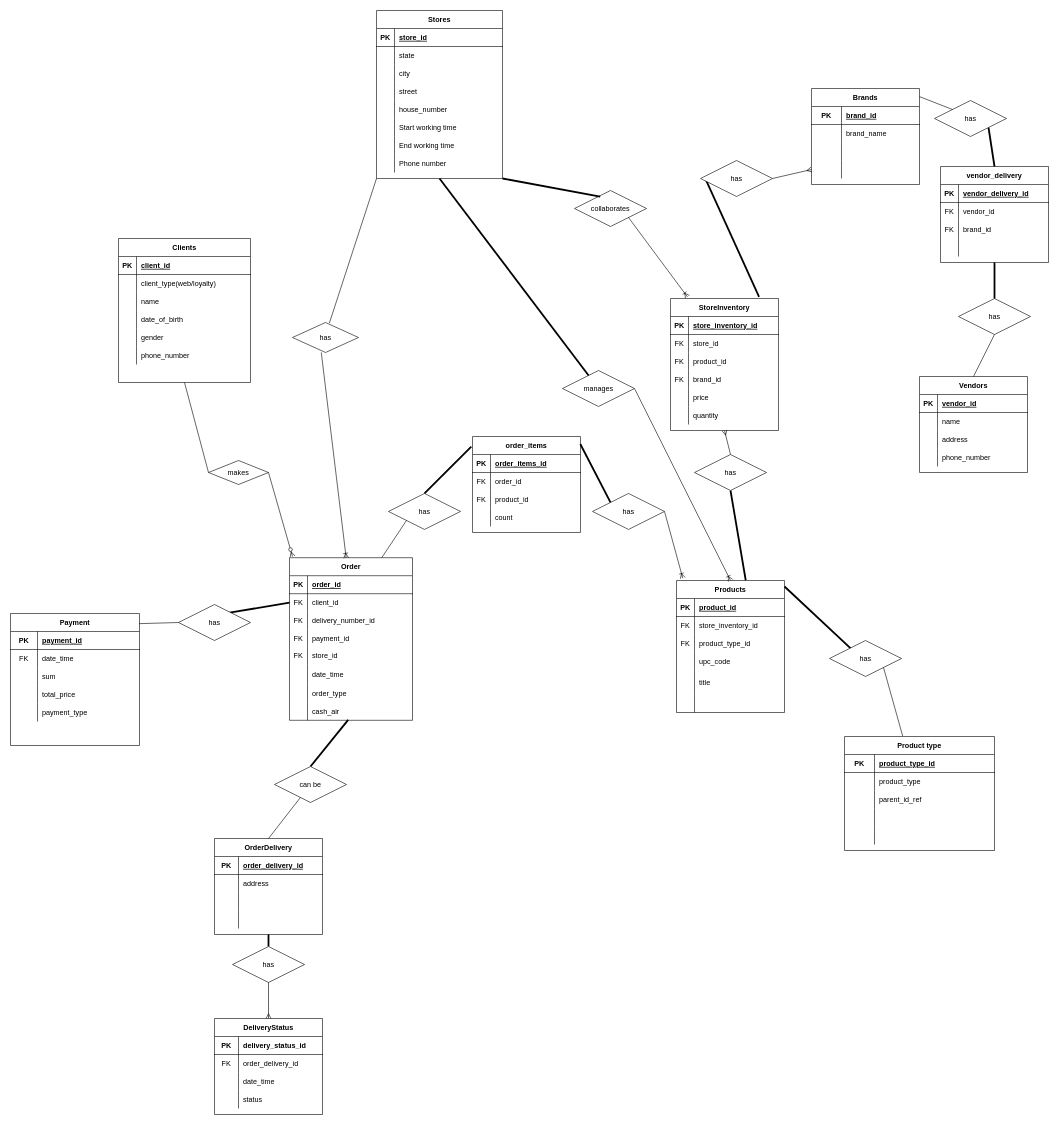
This is project Trader Joe's/final_version.drawio from Tokesh/Databases, a draw.io file, before an edit. Source tidied: cells renumbered, new cells numbered last; positions are measured from the earlier drawing's top-left corner, leaving out a move shared by most shapes. Both pictures are drawn from the tidied source at 60%, with x=0, y=0 at pixel (10, 10).
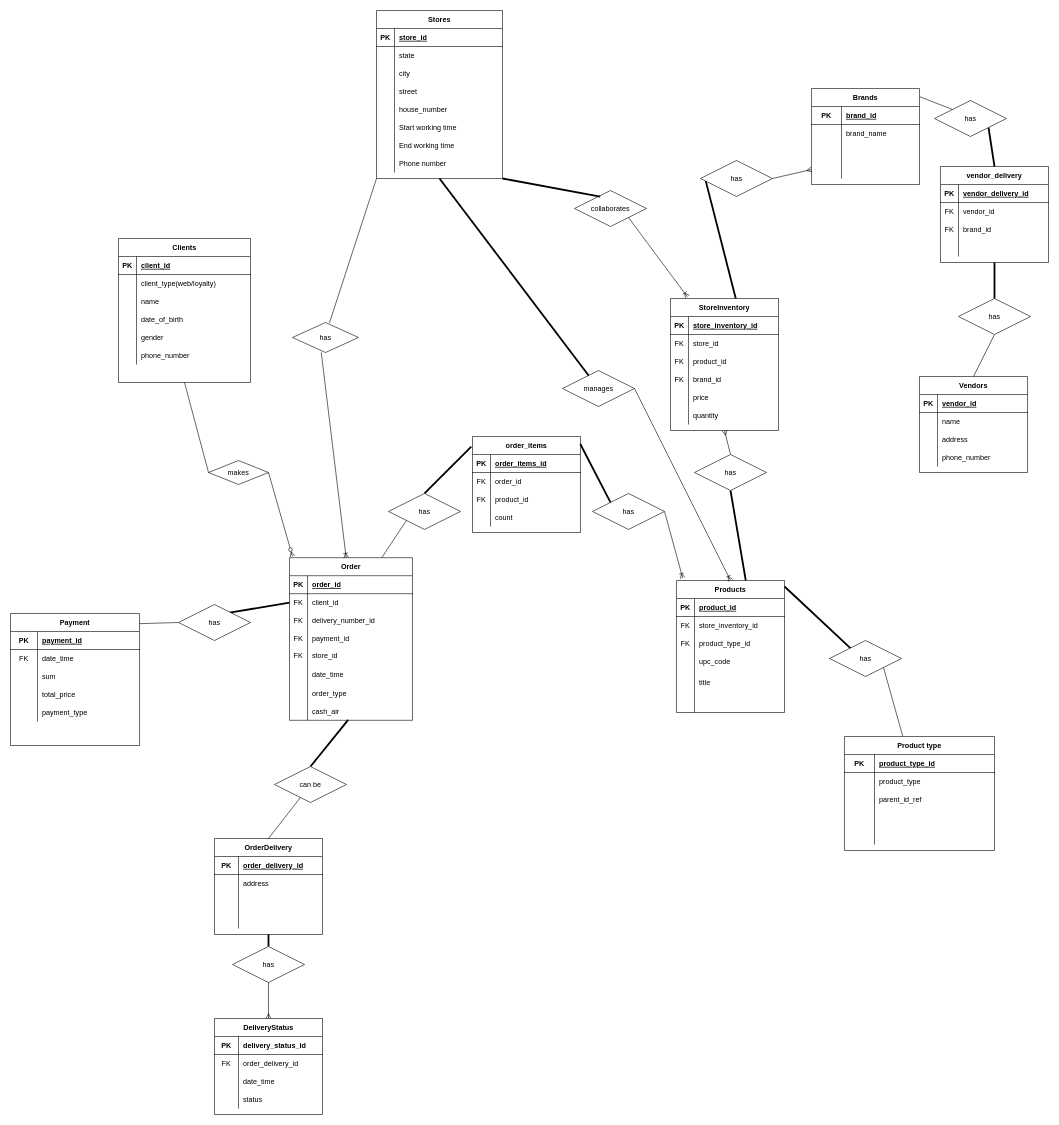
Above is the later version.

Commit message (it also covers changes not shown here):
fifth lab

Unchanged cells that the change refers to:
```xml
<mxCell id="193" value="StoreInventory" style="shape=table;startSize=30;childLayout=tableLayout;rowLines=0;fontStyle=1;align=center;" parent="1" vertex="1">
  <mxGeometry x="1100" y="480" width="180" height="220" as="geometry" />
</mxCell>
<mxCell id="224" value="has" style="shape=rhombus;perimeter=rhombusPerimeter;whiteSpace=wrap;html=1;align=center;" parent="1" vertex="1">
  <mxGeometry x="1150" y="250" width="120" height="60" as="geometry" />
</mxCell>
```

What changed in the source:
```diff
@@
-    <mxCell id="158" style="endArrow=none;html=1;rounded=0;strokeWidth=3;exitX=0.061;exitY=0.476;exitDx=0;exitDy=0;exitPerimeter=0;entryX=0.82;entryY=-0.013;entryDx=0;entryDy=0;entryPerimeter=0;" parent="1" edge="1" source="224" target="193">
+    <mxCell id="158" style="endArrow=none;html=1;rounded=0;strokeWidth=3;exitX=0.061;exitY=0.476;exitDx=0;exitDy=0;exitPerimeter=0;entryX=0.606;entryY=0.005;entryDx=0;entryDy=0;entryPerimeter=0;" parent="1" edge="1" source="224" target="193">
       <mxGeometry relative="1" as="geometry" />
     </mxCell>
```
